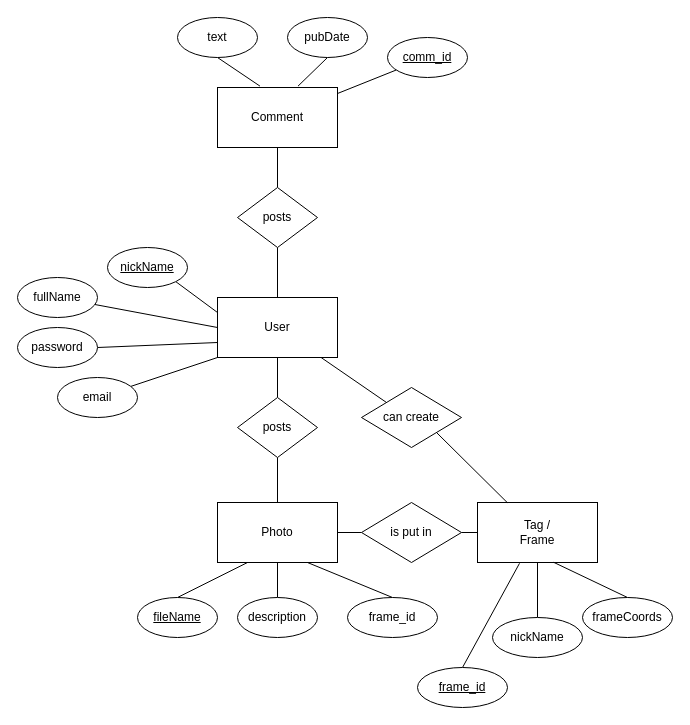
Above: page "ER" (2 of 3) of socialNetwork.drawio in chiamar/DatabaseDevelopment (draw.io), before the change. Source tidied: cells renumbered, new cells numbered last; positions are measured from the earlier drawing's top-left corner, leaving out a move shared by most shapes. Both pictures are drawn from the tidied source at 100%, with x=0, y=0 at pixel (17, 17).
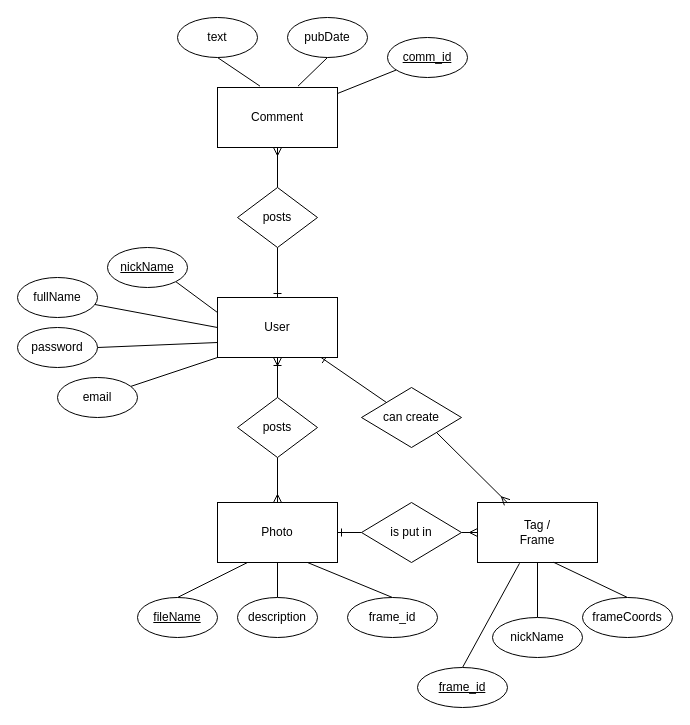
The same diagram, later.

The change refers to these unchanged cells:
```xml
<mxCell id="5" value="User" style="rounded=0;whiteSpace=wrap;html=1;" parent="1" vertex="1">
  <mxGeometry x="200" y="280" width="120" height="60" as="geometry" />
</mxCell>
<mxCell id="6" value="Comment" style="rounded=0;whiteSpace=wrap;html=1;" parent="1" vertex="1">
  <mxGeometry x="200" y="70" width="120" height="60" as="geometry" />
</mxCell>
<mxCell id="10" value="Photo" style="rounded=0;whiteSpace=wrap;html=1;" parent="1" vertex="1">
  <mxGeometry x="200" y="485" width="120" height="60" as="geometry" />
</mxCell>
<mxCell id="12" value="posts" style="rhombus;whiteSpace=wrap;html=1;" parent="1" vertex="1">
  <mxGeometry x="220" y="170" width="80" height="60" as="geometry" />
</mxCell>
<mxCell id="14" value="posts" style="rhombus;whiteSpace=wrap;html=1;" parent="1" vertex="1">
  <mxGeometry x="220" y="380" width="80" height="60" as="geometry" />
</mxCell>
<mxCell id="31" value="Tag / &lt;br&gt;Frame" style="rounded=0;whiteSpace=wrap;html=1;" parent="1" vertex="1">
  <mxGeometry x="460" y="485" width="120" height="60" as="geometry" />
</mxCell>
<mxCell id="39" value="can create" style="rhombus;whiteSpace=wrap;html=1;" parent="1" vertex="1">
  <mxGeometry x="344" y="370" width="100" height="60" as="geometry" />
</mxCell>
<mxCell id="41" value="is put in" style="rhombus;whiteSpace=wrap;html=1;" parent="1" vertex="1">
  <mxGeometry x="344" y="485" width="100" height="60" as="geometry" />
</mxCell>
```

What changed in the source:
```diff
@@
-    <mxCell id="2" style="edgeStyle=none;html=1;endArrow=none;endFill=0;" parent="1" edge="1" source="5" target="12">
+    <mxCell id="2" style="edgeStyle=none;html=1;endArrow=none;endFill=0;startArrow=ERone;startFill=0;" parent="1" edge="1" source="5" target="12">
       <mxGeometry relative="1" as="geometry" />
     </mxCell>
-    <mxCell id="3" style="edgeStyle=none;html=1;entryX=0.5;entryY=0;entryDx=0;entryDy=0;endArrow=none;endFill=0;" parent="1" edge="1" source="5" target="14">
+    <mxCell id="3" style="edgeStyle=none;html=1;entryX=0.5;entryY=0;entryDx=0;entryDy=0;endArrow=none;endFill=0;startArrow=ERoneToMany;startFill=0;" parent="1" edge="1" source="5" target="14">
       <mxGeometry relative="1" as="geometry" />
     </mxCell>
-    <mxCell id="4" style="edgeStyle=none;html=1;entryX=0;entryY=0;entryDx=0;entryDy=0;endArrow=none;endFill=0;" parent="1" edge="1" source="5" target="39">
+    <mxCell id="4" style="edgeStyle=none;html=1;entryX=0;entryY=0;entryDx=0;entryDy=0;endArrow=none;endFill=0;startArrow=ERone;startFill=0;" parent="1" edge="1" source="5" target="39">
       <mxGeometry relative="1" as="geometry" />
     </mxCell>
@@
-    <mxCell id="11" style="edgeStyle=none;html=1;endArrow=none;endFill=0;" parent="1" edge="1" source="12" target="6">
+    <mxCell id="11" style="edgeStyle=none;html=1;endArrow=ERmany;endFill=0;" parent="1" edge="1" source="12" target="6">
       <mxGeometry relative="1" as="geometry" />
     </mxCell>
@@
-    <mxCell id="13" style="edgeStyle=none;html=1;exitX=0.5;exitY=1;exitDx=0;exitDy=0;entryX=0.5;entryY=0;entryDx=0;entryDy=0;endArrow=none;endFill=0;" parent="1" edge="1" source="14" target="10">
+    <mxCell id="13" style="edgeStyle=none;html=1;exitX=0.5;exitY=1;exitDx=0;exitDy=0;entryX=0.5;entryY=0;entryDx=0;entryDy=0;endArrow=ERmany;endFill=0;" parent="1" edge="1" source="14" target="10">
       <mxGeometry relative="1" as="geometry" />
     </mxCell>
@@
-    <mxCell id="30" style="edgeStyle=none;html=1;exitX=0;exitY=0.5;exitDx=0;exitDy=0;entryX=1;entryY=0.5;entryDx=0;entryDy=0;endArrow=none;endFill=0;" parent="1" edge="1" source="31" target="41">
+    <mxCell id="30" style="edgeStyle=none;html=1;exitX=0;exitY=0.5;exitDx=0;exitDy=0;entryX=1;entryY=0.5;entryDx=0;entryDy=0;endArrow=none;endFill=0;startArrow=ERmany;startFill=0;" parent="1" edge="1" source="31" target="41">
       <mxGeometry relative="1" as="geometry" />
     </mxCell>
@@
-    <mxCell id="38" style="edgeStyle=none;html=1;exitX=1;exitY=1;exitDx=0;exitDy=0;endArrow=none;endFill=0;" parent="1" edge="1" source="39" target="31">
+    <mxCell id="38" style="edgeStyle=none;html=1;exitX=1;exitY=1;exitDx=0;exitDy=0;endArrow=ERmany;endFill=0;" parent="1" edge="1" source="39" target="31">
       <mxGeometry relative="1" as="geometry" />
     </mxCell>
@@
-    <mxCell id="40" style="edgeStyle=none;html=1;entryX=1;entryY=0.5;entryDx=0;entryDy=0;endArrow=none;endFill=0;" parent="1" edge="1" source="41" target="10">
+    <mxCell id="40" style="edgeStyle=none;html=1;entryX=1;entryY=0.5;entryDx=0;entryDy=0;endArrow=ERone;endFill=0;" parent="1" edge="1" source="41" target="10">
       <mxGeometry relative="1" as="geometry" />
     </mxCell>
```
